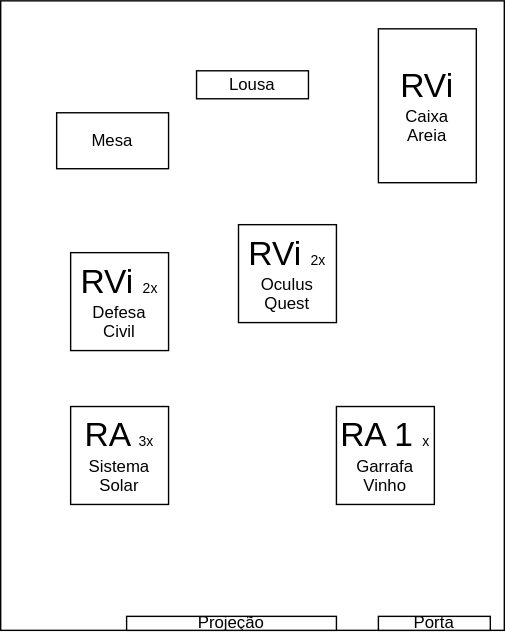
Earlier version of the draw.io export _._/interacao/_/estacoes.drawio.svg (dalton-reis/dalton-reis). Source tidied: cells renumbered, new cells last; positions are measured from the earlier drawing's top-left corner, leaving out a move shared by most shapes.
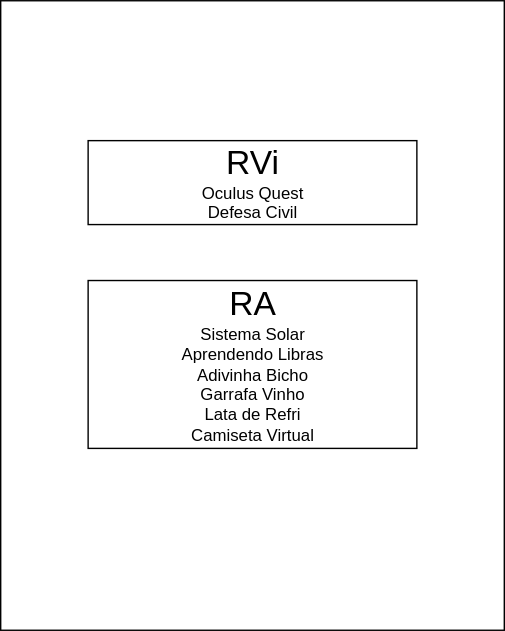
Above is the later version.

Change to the diagram source:
```diff
@@ -5,32 +5,11 @@
     <mxCell id="2" style="rounded=0;whiteSpace=wrap;html=1;" parent="1" vertex="1">
       <mxGeometry width="360" height="450" as="geometry" />
     </mxCell>
-    <mxCell id="3" value="Porta" style="rounded=0;whiteSpace=wrap;html=1;" parent="1" vertex="1">
-      <mxGeometry x="270" y="440" width="80" height="10" as="geometry" />
-    </mxCell>
-    <mxCell id="4" value="&lt;font style=&quot;font-size: 24px;&quot;&gt;RVi&lt;/font&gt;&lt;br&gt;Caixa&lt;br&gt;Areia" style="rounded=0;whiteSpace=wrap;html=1;" parent="1" vertex="1">
-      <mxGeometry x="270" y="20" width="70" height="110" as="geometry" />
-    </mxCell>
-    <mxCell id="5" value="&lt;font style=&quot;font-size: 24px;&quot;&gt;RVi &lt;/font&gt;&lt;font style=&quot;font-size: 10px;&quot;&gt;2x&lt;/font&gt;&lt;br&gt;Defesa&lt;br&gt;Civil" style="rounded=0;whiteSpace=wrap;html=1;" parent="1" vertex="1">
-      <mxGeometry x="50" y="180" width="70" height="70" as="geometry" />
-    </mxCell>
-    <mxCell id="6" value="&lt;font style=&quot;font-size: 24px;&quot;&gt;RA&lt;/font&gt;&lt;font style=&quot;border-color: var(--border-color); font-size: 24px;&quot;&gt;&amp;nbsp;&lt;/font&gt;&lt;font style=&quot;border-color: var(--border-color); font-size: 10px;&quot;&gt;3x&lt;/font&gt;&lt;br&gt;Sistema&lt;br&gt;Solar" style="rounded=0;whiteSpace=wrap;html=1;" parent="1" vertex="1">
-      <mxGeometry x="50" y="290" width="70" height="70" as="geometry" />
+    <mxCell id="6" value="&lt;font style=&quot;font-size: 24px;&quot;&gt;RA&lt;/font&gt;&lt;br&gt;Sistema Solar&lt;br&gt;Aprendendo Libras&lt;br&gt;Adivinha Bicho&lt;br&gt;Garrafa Vinho&lt;br style=&quot;border-color: var(--border-color);&quot;&gt;Lata de Refri&lt;br&gt;Camiseta Virtual" style="rounded=0;whiteSpace=wrap;html=1;" parent="1" vertex="1">
+      <mxGeometry x="62.5" y="200" width="235" height="120" as="geometry" />
     </mxCell>
-    <mxCell id="7" value="Mesa" style="rounded=0;whiteSpace=wrap;html=1;" parent="1" vertex="1">
-      <mxGeometry x="40" y="80" width="80" height="40" as="geometry" />
-    </mxCell>
-    <mxCell id="8" value="Lousa" style="rounded=0;whiteSpace=wrap;html=1;" parent="1" vertex="1">
-      <mxGeometry x="140" y="50" width="80" height="20" as="geometry" />
-    </mxCell>
-    <mxCell id="9" value="&lt;font style=&quot;font-size: 24px;&quot;&gt;RA&lt;/font&gt;&lt;font style=&quot;border-color: var(--border-color); font-size: 24px;&quot;&gt;&amp;nbsp;1&lt;/font&gt;&lt;font style=&quot;border-color: var(--border-color); font-size: 10px;&quot;&gt;x&lt;/font&gt;&lt;br&gt;Garrafa&lt;br&gt;Vinho" style="rounded=0;whiteSpace=wrap;html=1;" parent="1" vertex="1">
-      <mxGeometry x="240" y="290" width="70" height="70" as="geometry" />
-    </mxCell>
-    <mxCell id="10" value="Projeção" style="rounded=0;whiteSpace=wrap;html=1;" parent="1" vertex="1">
-      <mxGeometry x="90" y="440" width="150" height="10" as="geometry" />
-    </mxCell>
-    <mxCell id="11" value="&lt;font style=&quot;font-size: 24px;&quot;&gt;RVi &lt;/font&gt;&lt;font style=&quot;font-size: 10px;&quot;&gt;2x&lt;/font&gt;&lt;br&gt;Oculus&lt;br&gt;Quest" style="rounded=0;whiteSpace=wrap;html=1;" parent="1" vertex="1">
-      <mxGeometry x="170" y="160" width="70" height="70" as="geometry" />
+    <mxCell id="11" value="&lt;font style=&quot;font-size: 24px;&quot;&gt;RVi&lt;/font&gt;&lt;br&gt;Oculus Quest&lt;br&gt;Defesa Civil" style="rounded=0;whiteSpace=wrap;html=1;" parent="1" vertex="1">
+      <mxGeometry x="62.5" y="100" width="235" height="60" as="geometry" />
     </mxCell>
   </root>
 </mxGraphModel>
```
